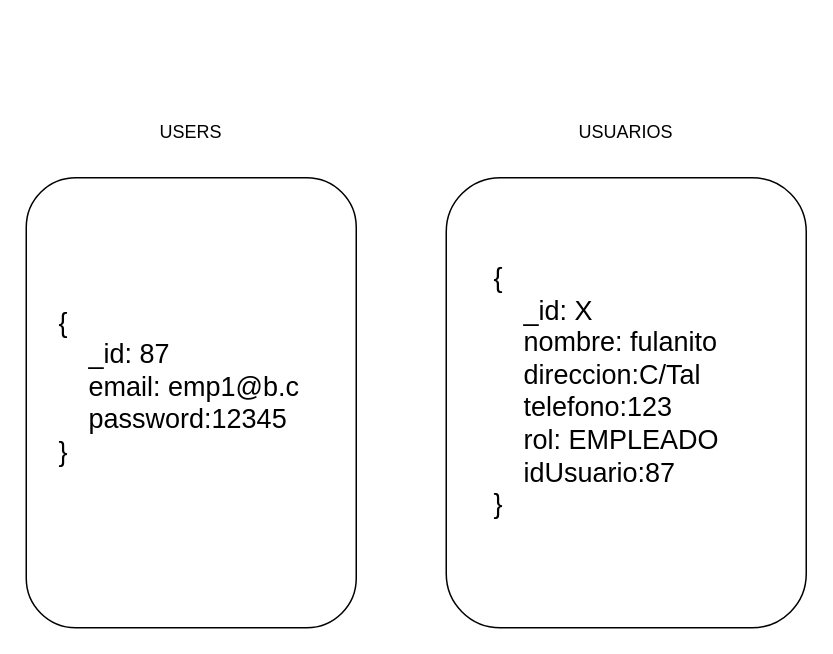
Earlier version of the draw.io diagram page "Página-67" (67 of 68) of Dibujillos.drawio (lrag/MEAN_2021). Source tidied: cells renumbered, new cells numbered last; positions are measured from the earlier drawing's top-left corner, leaving out a move shared by most shapes. Both pictures are drawn from the tidied source at 150%, with x=0, y=0 at pixel (26, 117).
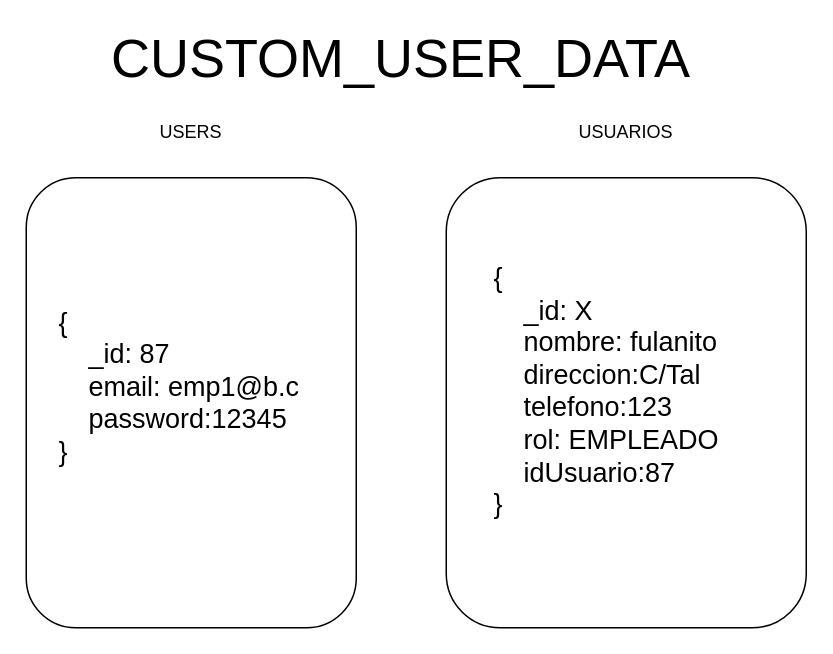
Above is the later version.

The edit, as a diff of the source:
```diff
@@
 <mxGraphModel>
   <root>
     <mxCell id="0" />
     <mxCell id="1" parent="0" />
     <mxCell id="2" style="rounded=1;whiteSpace=wrap;html=1;" parent="1" vertex="1">
       <mxGeometry y="40" width="220" height="300" as="geometry" />
     </mxCell>
     <mxCell id="3" style="rounded=1;whiteSpace=wrap;html=1;" parent="1" vertex="1">
       <mxGeometry x="280" y="40" width="240" height="300" as="geometry" />
     </mxCell>
     <mxCell id="4" value="&lt;font style=&quot;font-size: 18px&quot;&gt;{&lt;br&gt;&amp;nbsp; &amp;nbsp; _id: X&lt;br&gt;&amp;nbsp; &amp;nbsp; nombre: fulanito&lt;br&gt;&amp;nbsp; &amp;nbsp; direccion:C/Tal&lt;br&gt;&amp;nbsp; &amp;nbsp; telefono:123&lt;br&gt;&amp;nbsp; &amp;nbsp; rol: EMPLEADO&lt;br&gt;&amp;nbsp; &amp;nbsp; idUsuario:87&lt;br&gt;}&lt;br&gt;&lt;/font&gt;&amp;nbsp; &amp;nbsp; &amp;nbsp;&amp;nbsp;" style="text;html=1;strokeColor=none;fillColor=none;align=left;verticalAlign=middle;whiteSpace=wrap;rounded=0;" parent="1" vertex="1">
       <mxGeometry x="310" y="70" width="190" height="240" as="geometry" />
     </mxCell>
     <mxCell id="5" value="&lt;font style=&quot;font-size: 18px&quot;&gt;{&lt;br&gt;&amp;nbsp; &amp;nbsp; _id: 87&lt;br&gt;&amp;nbsp; &amp;nbsp; email: emp1@b.c&lt;br&gt;&amp;nbsp; &amp;nbsp; password:12345&lt;br&gt;}&lt;br&gt;&lt;/font&gt;" style="text;html=1;strokeColor=none;fillColor=none;align=left;verticalAlign=middle;whiteSpace=wrap;rounded=0;" parent="1" vertex="1">
       <mxGeometry x="20" y="60" width="190" height="240" as="geometry" />
     </mxCell>
     <mxCell id="6" value="USUARIOS" style="text;html=1;strokeColor=none;fillColor=none;align=center;verticalAlign=middle;whiteSpace=wrap;rounded=0;" parent="1" vertex="1">
       <mxGeometry x="380" width="40" height="20" as="geometry" />
     </mxCell>
     <mxCell id="7" value="USERS" style="text;html=1;strokeColor=none;fillColor=none;align=center;verticalAlign=middle;whiteSpace=wrap;rounded=0;" parent="1" vertex="1">
       <mxGeometry x="90" width="40" height="20" as="geometry" />
     </mxCell>
+    <mxCell id="8" value="&lt;font style=&quot;font-size: 36px&quot;&gt;CUSTOM_USER_DATA&lt;/font&gt;" style="text;html=1;strokeColor=none;fillColor=none;align=center;verticalAlign=middle;whiteSpace=wrap;rounded=0;" parent="1" vertex="1">
+      <mxGeometry x="230" y="-50" width="40" height="20" as="geometry" />
+    </mxCell>
   </root>
 </mxGraphModel>
```
